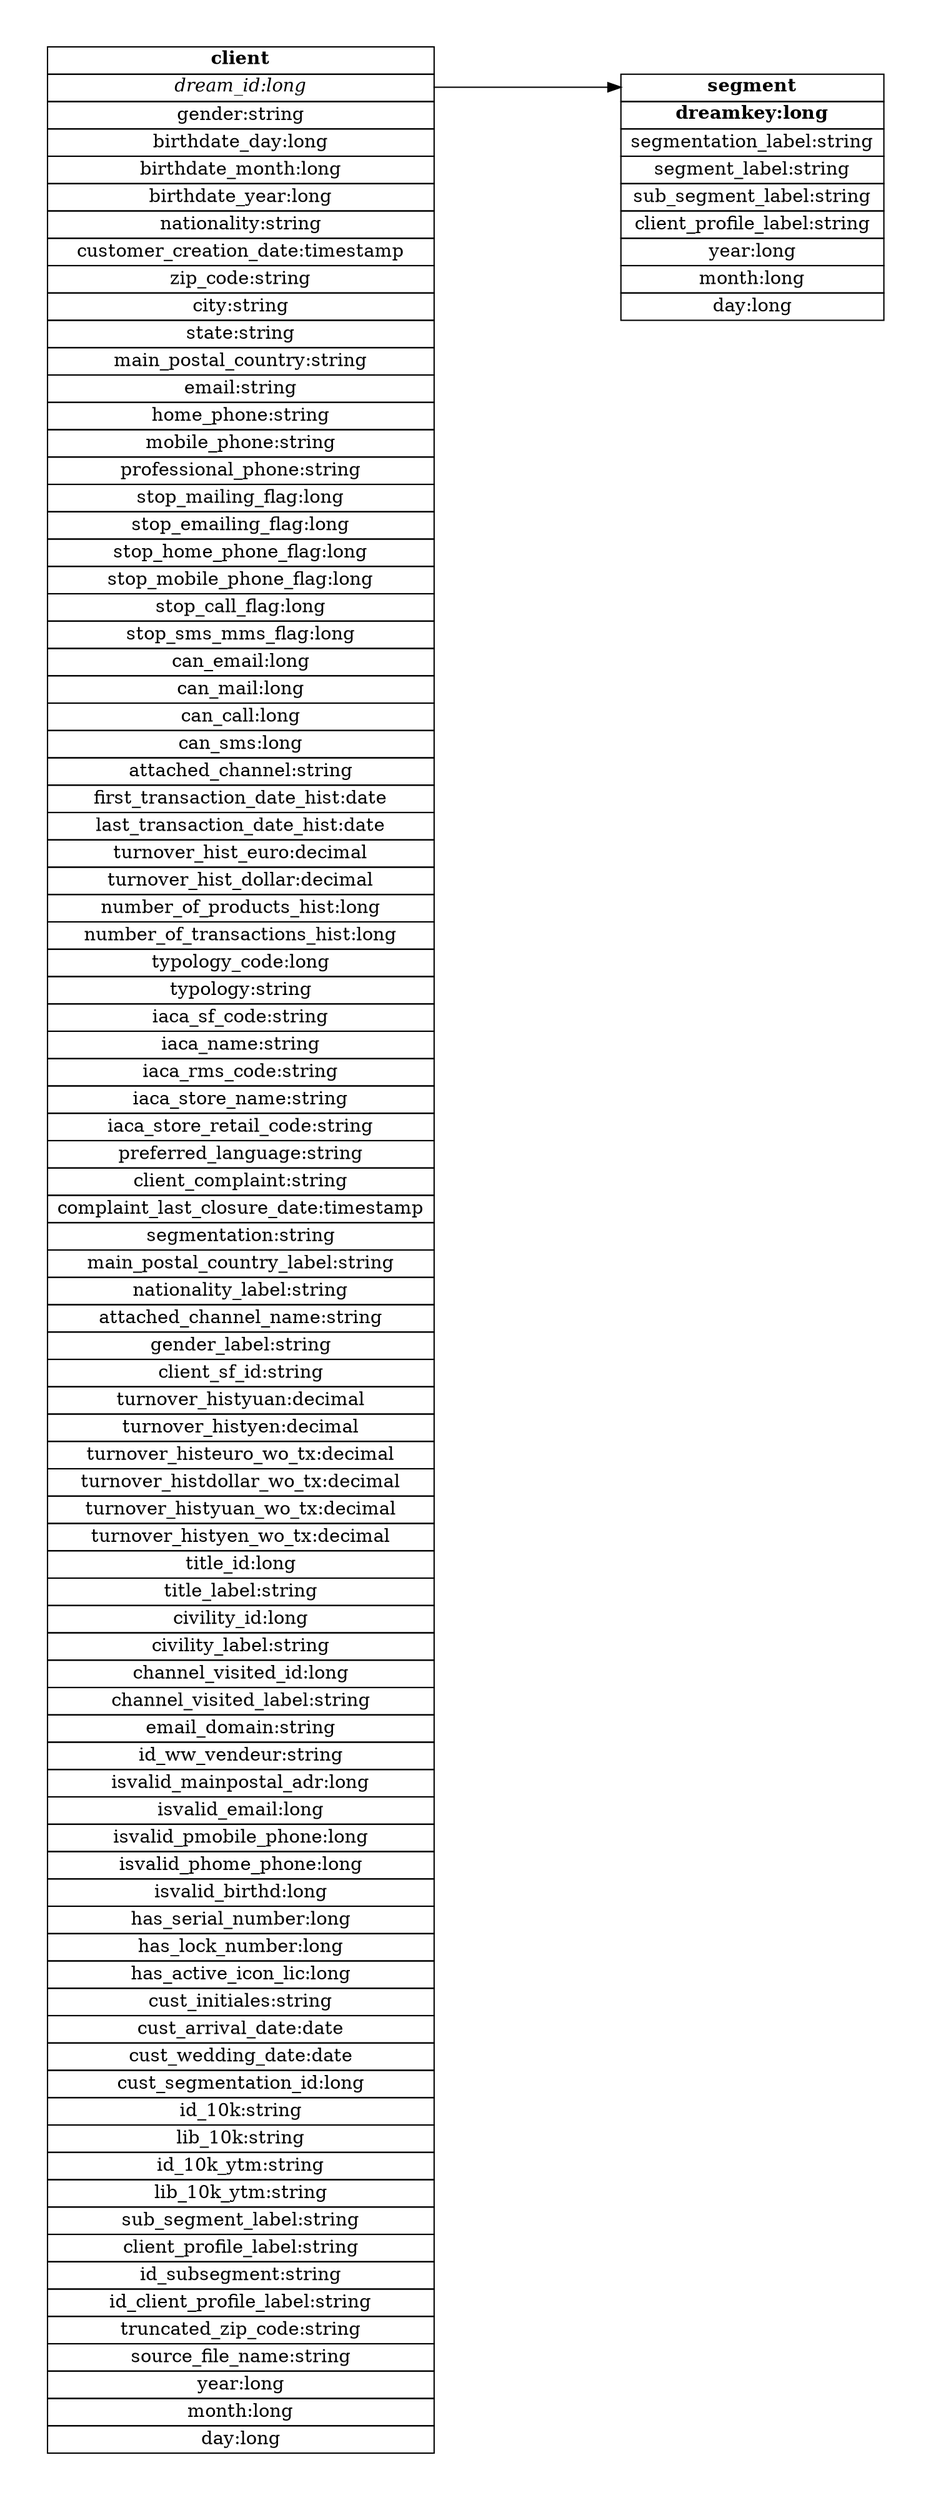
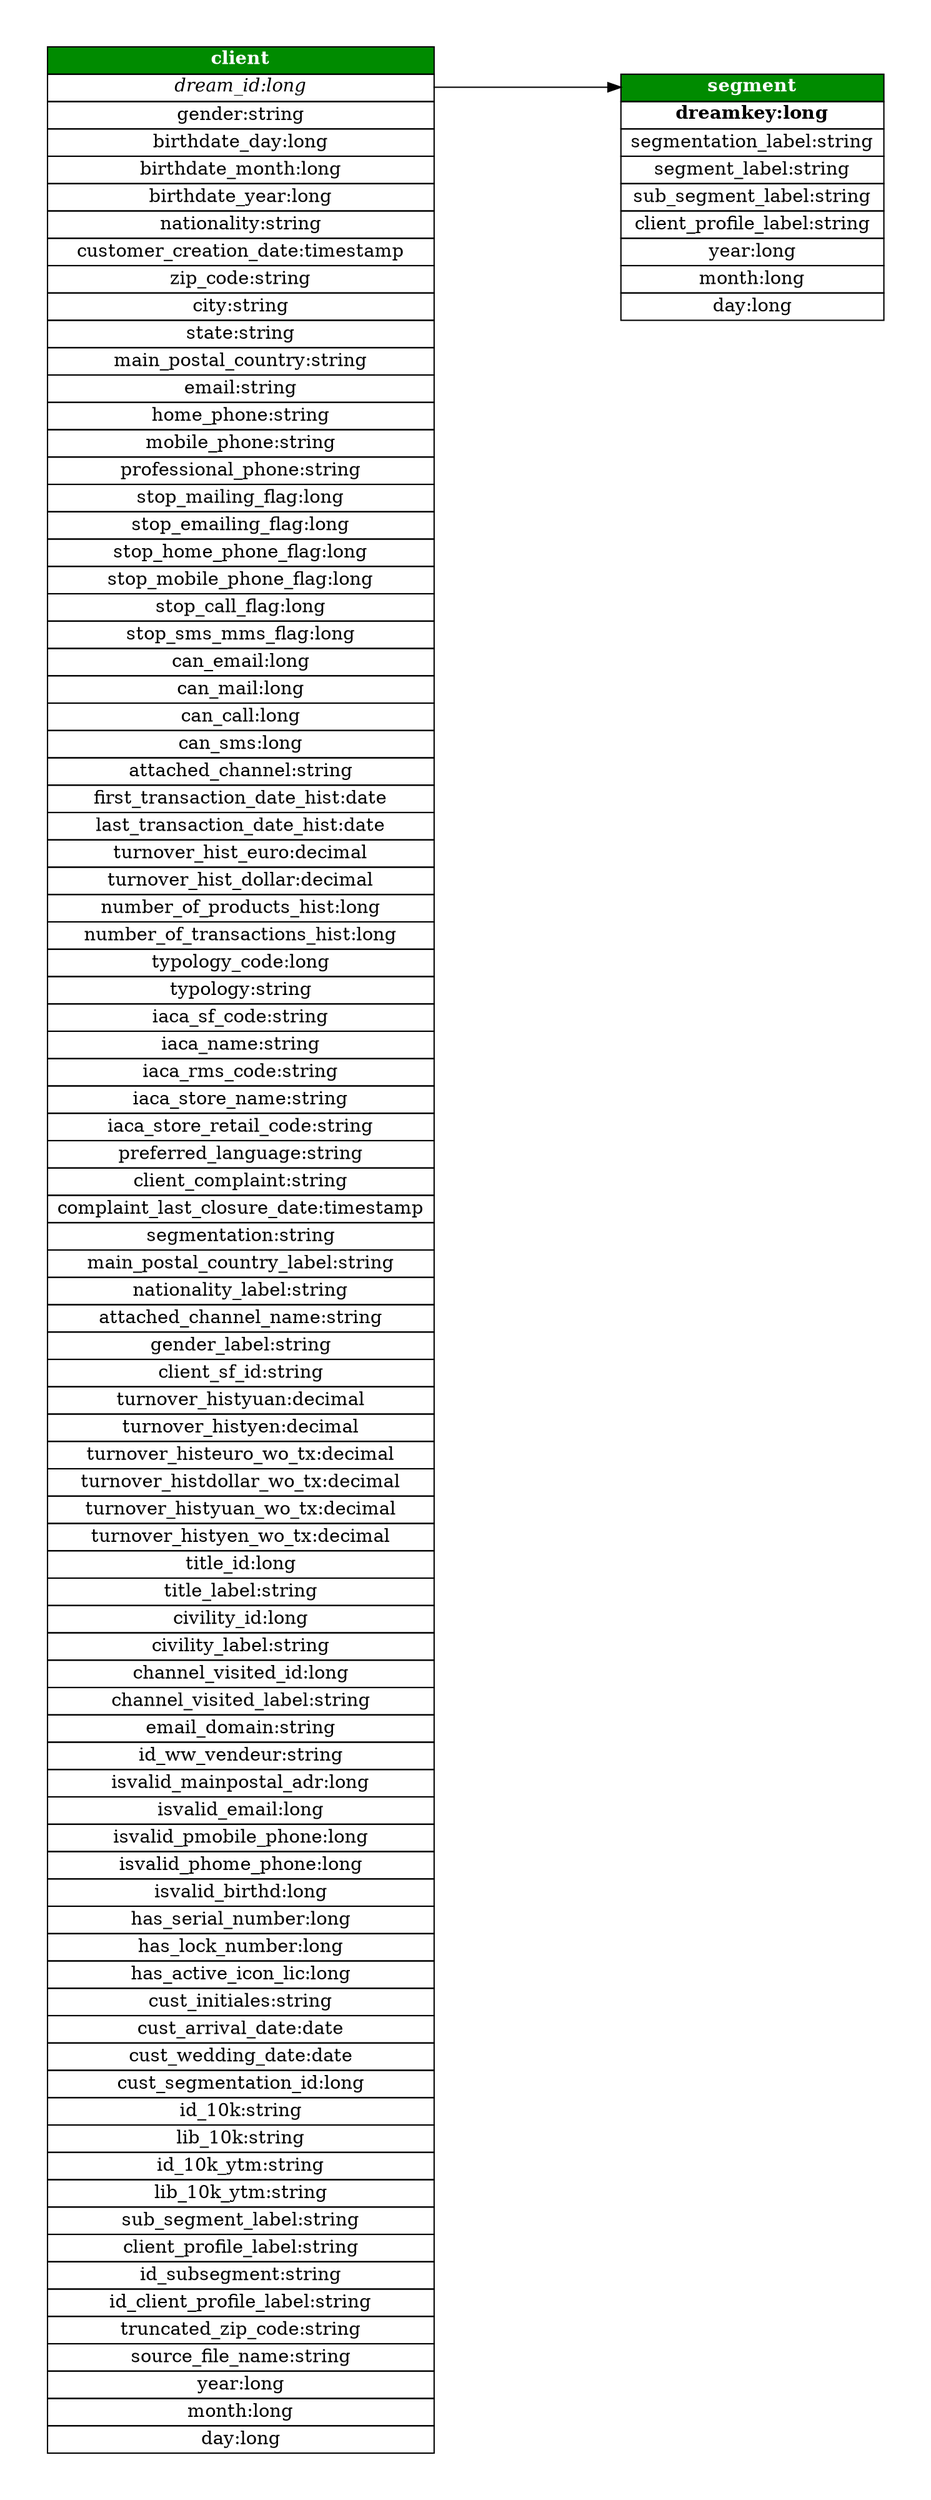
digraph {
graph [pad="0.5", nodesep="0.5", ranksep="2"];
node [shape=plain]
rankdir=LR;



dream_segment [label=<
<table border="0" cellborder="1" cellspacing="0">
- <tr><td port="0" bgcolor="white"><B><FONT color="black"> segment </FONT></B></td></tr>
+ <tr>
+ <td port="0" bgcolor="#008B00"><B><FONT color="white"> segment </FONT></B></td>
+ </tr>
<tr><td port="dreamkey"><B> dreamkey:long </B></td></tr>
<tr><td port="segmentation_label"> segmentation_label:string </td></tr>
<tr><td port="segment_label"> segment_label:string </td></tr>
<tr><td port="sub_segment_label"> sub_segment_label:string </td></tr>
<tr><td port="client_profile_label"> client_profile_label:string </td></tr>
<tr><td port="year"> year:long </td></tr>
<tr><td port="month"> month:long </td></tr>
<tr><td port="day"> day:long </td></tr>
</table>>];



dream_client [label=<
<table border="0" cellborder="1" cellspacing="0">
- <tr><td port="0" bgcolor="white"><B><FONT color="black"> client </FONT></B></td></tr>
+ <tr>
+ <td port="0" bgcolor="#008B00"><B><FONT color="white"> client </FONT></B></td>
+ </tr>
<tr><td port="dream_id"><I> dream_id:long </I></td></tr>
<tr><td port="gender"> gender:string </td></tr>
<tr><td port="birthdate_day"> birthdate_day:long </td></tr>
<tr><td port="birthdate_month"> birthdate_month:long </td></tr>
<tr><td port="birthdate_year"> birthdate_year:long </td></tr>
<tr><td port="nationality"> nationality:string </td></tr>
<tr><td port="customer_creation_date"> customer_creation_date:timestamp </td></tr>
<tr><td port="zip_code"> zip_code:string </td></tr>
<tr><td port="city"> city:string </td></tr>
<tr><td port="state"> state:string </td></tr>
<tr><td port="main_postal_country"> main_postal_country:string </td></tr>
<tr><td port="email"> email:string </td></tr>
<tr><td port="home_phone"> home_phone:string </td></tr>
<tr><td port="mobile_phone"> mobile_phone:string </td></tr>
<tr><td port="professional_phone"> professional_phone:string </td></tr>
<tr><td port="stop_mailing_flag"> stop_mailing_flag:long </td></tr>
<tr><td port="stop_emailing_flag"> stop_emailing_flag:long </td></tr>
<tr><td port="stop_home_phone_flag"> stop_home_phone_flag:long </td></tr>
<tr><td port="stop_mobile_phone_flag"> stop_mobile_phone_flag:long </td></tr>
<tr><td port="stop_call_flag"> stop_call_flag:long </td></tr>
<tr><td port="stop_sms_mms_flag"> stop_sms_mms_flag:long </td></tr>
<tr><td port="can_email"> can_email:long </td></tr>
<tr><td port="can_mail"> can_mail:long </td></tr>
<tr><td port="can_call"> can_call:long </td></tr>
<tr><td port="can_sms"> can_sms:long </td></tr>
<tr><td port="attached_channel"> attached_channel:string </td></tr>
<tr><td port="first_transaction_date_hist"> first_transaction_date_hist:date </td></tr>
<tr><td port="last_transaction_date_hist"> last_transaction_date_hist:date </td></tr>
<tr><td port="turnover_hist_euro"> turnover_hist_euro:decimal </td></tr>
<tr><td port="turnover_hist_dollar"> turnover_hist_dollar:decimal </td></tr>
<tr><td port="number_of_products_hist"> number_of_products_hist:long </td></tr>
<tr><td port="number_of_transactions_hist"> number_of_transactions_hist:long </td></tr>
<tr><td port="typology_code"> typology_code:long </td></tr>
<tr><td port="typology"> typology:string </td></tr>
<tr><td port="iaca_sf_code"> iaca_sf_code:string </td></tr>
<tr><td port="iaca_name"> iaca_name:string </td></tr>
<tr><td port="iaca_rms_code"> iaca_rms_code:string </td></tr>
<tr><td port="iaca_store_name"> iaca_store_name:string </td></tr>
<tr><td port="iaca_store_retail_code"> iaca_store_retail_code:string </td></tr>
<tr><td port="preferred_language"> preferred_language:string </td></tr>
<tr><td port="client_complaint"> client_complaint:string </td></tr>
<tr><td port="complaint_last_closure_date"> complaint_last_closure_date:timestamp </td></tr>
<tr><td port="segmentation"> segmentation:string </td></tr>
<tr><td port="main_postal_country_label"> main_postal_country_label:string </td></tr>
<tr><td port="nationality_label"> nationality_label:string </td></tr>
<tr><td port="attached_channel_name"> attached_channel_name:string </td></tr>
<tr><td port="gender_label"> gender_label:string </td></tr>
<tr><td port="client_sf_id"> client_sf_id:string </td></tr>
<tr><td port="turnover_histyuan"> turnover_histyuan:decimal </td></tr>
<tr><td port="turnover_histyen"> turnover_histyen:decimal </td></tr>
<tr><td port="turnover_histeuro_wo_tx"> turnover_histeuro_wo_tx:decimal </td></tr>
<tr><td port="turnover_histdollar_wo_tx"> turnover_histdollar_wo_tx:decimal </td></tr>
<tr><td port="turnover_histyuan_wo_tx"> turnover_histyuan_wo_tx:decimal </td></tr>
<tr><td port="turnover_histyen_wo_tx"> turnover_histyen_wo_tx:decimal </td></tr>
<tr><td port="title_id"> title_id:long </td></tr>
<tr><td port="title_label"> title_label:string </td></tr>
<tr><td port="civility_id"> civility_id:long </td></tr>
<tr><td port="civility_label"> civility_label:string </td></tr>
<tr><td port="channel_visited_id"> channel_visited_id:long </td></tr>
<tr><td port="channel_visited_label"> channel_visited_label:string </td></tr>
<tr><td port="email_domain"> email_domain:string </td></tr>
<tr><td port="id_ww_vendeur"> id_ww_vendeur:string </td></tr>
<tr><td port="isvalid_mainpostal_adr"> isvalid_mainpostal_adr:long </td></tr>
<tr><td port="isvalid_email"> isvalid_email:long </td></tr>
<tr><td port="isvalid_pmobile_phone"> isvalid_pmobile_phone:long </td></tr>
<tr><td port="isvalid_phome_phone"> isvalid_phome_phone:long </td></tr>
<tr><td port="isvalid_birthd"> isvalid_birthd:long </td></tr>
<tr><td port="has_serial_number"> has_serial_number:long </td></tr>
<tr><td port="has_lock_number"> has_lock_number:long </td></tr>
<tr><td port="has_active_icon_lic"> has_active_icon_lic:long </td></tr>
<tr><td port="cust_initiales"> cust_initiales:string </td></tr>
<tr><td port="cust_arrival_date"> cust_arrival_date:date </td></tr>
<tr><td port="cust_wedding_date"> cust_wedding_date:date </td></tr>
<tr><td port="cust_segmentation_id"> cust_segmentation_id:long </td></tr>
<tr><td port="id_10k"> id_10k:string </td></tr>
<tr><td port="lib_10k"> lib_10k:string </td></tr>
<tr><td port="id_10k_ytm"> id_10k_ytm:string </td></tr>
<tr><td port="lib_10k_ytm"> lib_10k_ytm:string </td></tr>
<tr><td port="sub_segment_label"> sub_segment_label:string </td></tr>
<tr><td port="client_profile_label"> client_profile_label:string </td></tr>
<tr><td port="id_subsegment"> id_subsegment:string </td></tr>
<tr><td port="id_client_profile_label"> id_client_profile_label:string </td></tr>
<tr><td port="truncated_zip_code"> truncated_zip_code:string </td></tr>
<tr><td port="source_file_name"> source_file_name:string </td></tr>
<tr><td port="year"> year:long </td></tr>
<tr><td port="month"> month:long </td></tr>
<tr><td port="day"> day:long </td></tr>
</table>>];

dream_client:dream_id -> dream_segment:0
}
